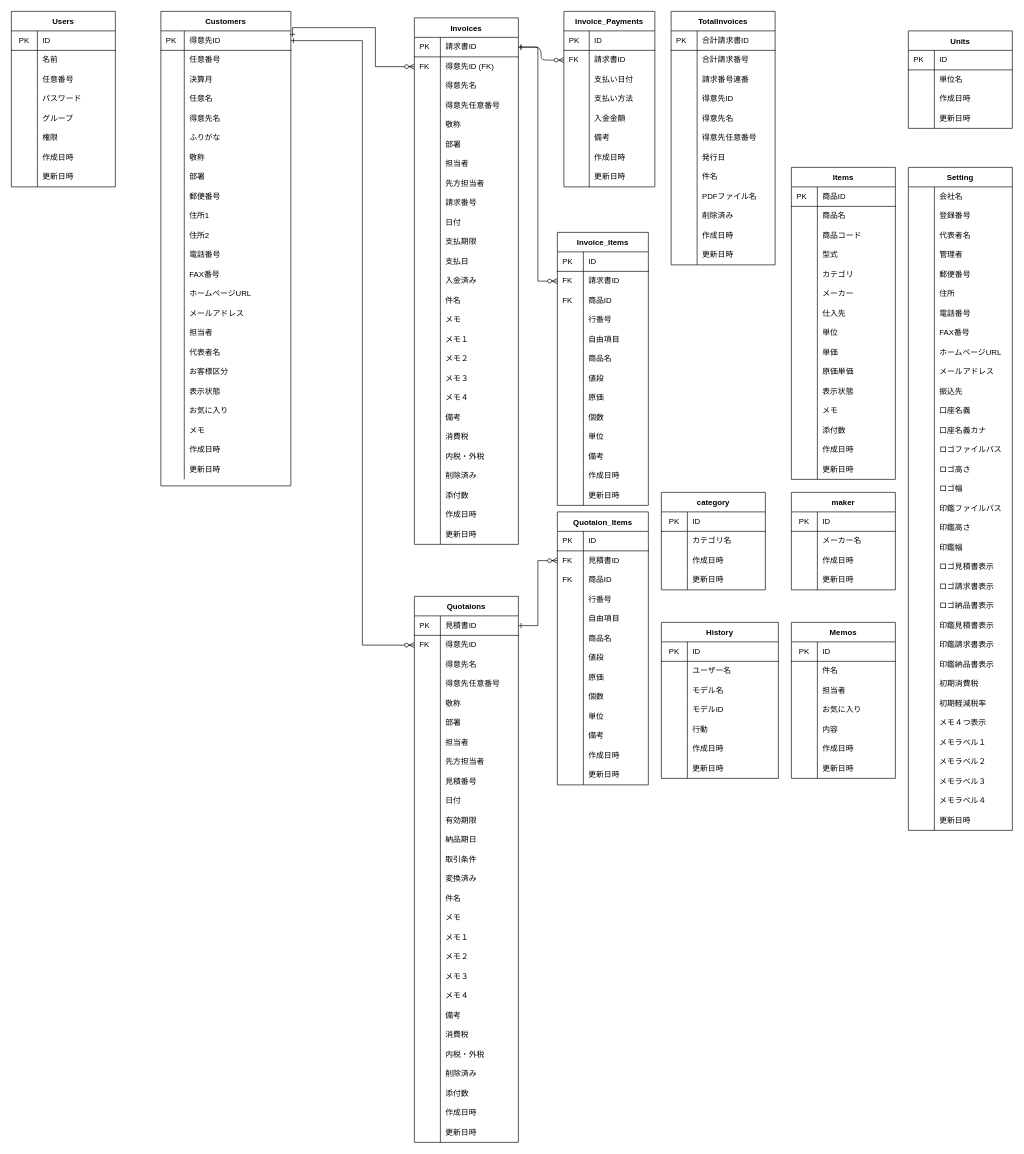
The draw.io diagram soho_er.dio in gamasenninn/caddie-clone, before the edit. Source tidied: cells renumbered, new cells numbered last; positions are measured from the earlier drawing's top-left corner, leaving out a move shared by most shapes. Both pictures are drawn from the tidied source at 65%, with x=0, y=0 at pixel (11, 11).
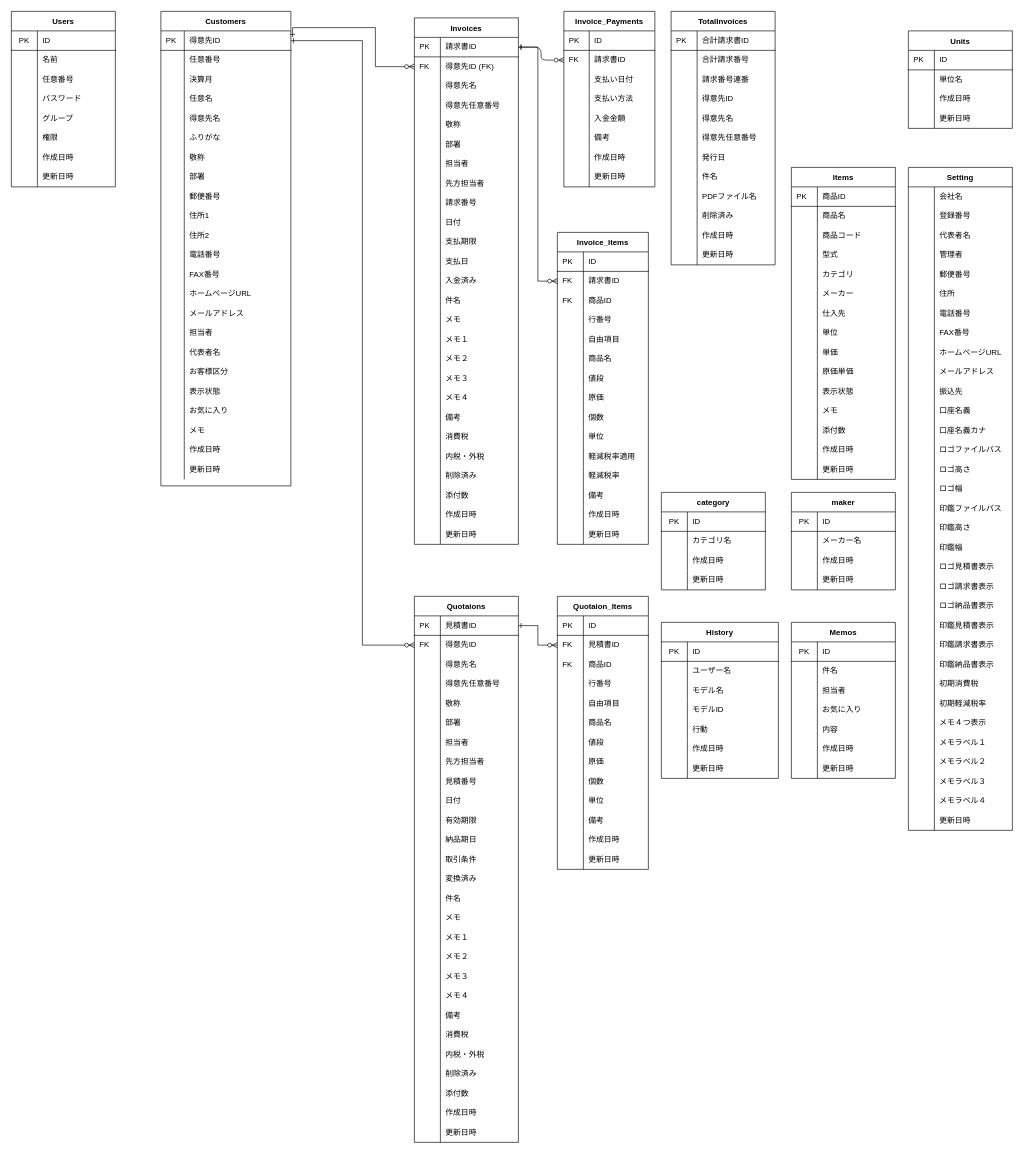
After the change.

Change to the diagram source:
```diff
@@
     <mxCell id="197" value="Invoice_Items" style="shape=table;startSize=30;childLayout=tableLayout;rowLines=0;fontStyle=1;align=center;" parent="1" vertex="1">
-      <mxGeometry x="840" y="340" width="140" height="420" as="geometry" />
+      <mxGeometry x="840" y="340" width="140" height="480" as="geometry" />
     </mxCell>
@@
+    <mxCell id="634" style="shape=partialRectangle;html=1;whiteSpace=wrap;fillColor=none;top=0;left=0;bottom=0;right=0;" parent="197" vertex="1">
+      <mxGeometry y="330" width="140" height="30" as="geometry" />
+    </mxCell>
+    <mxCell id="635" style="shape=partialRectangle;html=1;whiteSpace=wrap;fillColor=none;top=0;left=0;bottom=0;right=0;align=left;spacingLeft=6;overflow=hidden;" parent="634" vertex="1">
+      <mxGeometry width="40" height="30" as="geometry" />
+    </mxCell>
+    <mxCell id="636" value="軽減税率適用" style="shape=partialRectangle;html=1;whiteSpace=wrap;fillColor=none;top=0;left=0;bottom=0;right=0;align=left;spacingLeft=6;overflow=hidden;" parent="634" vertex="1">
+      <mxGeometry x="40" width="100" height="30" as="geometry" />
+    </mxCell>
+    <mxCell id="637" style="shape=partialRectangle;html=1;whiteSpace=wrap;fillColor=none;top=0;left=0;bottom=0;right=0;" parent="197" vertex="1">
+      <mxGeometry y="360" width="140" height="30" as="geometry" />
+    </mxCell>
+    <mxCell id="638" style="shape=partialRectangle;html=1;whiteSpace=wrap;fillColor=none;top=0;left=0;bottom=0;right=0;align=left;spacingLeft=6;overflow=hidden;" parent="637" vertex="1">
+      <mxGeometry width="40" height="30" as="geometry" />
+    </mxCell>
+    <mxCell id="639" value="軽減税率" style="shape=partialRectangle;html=1;whiteSpace=wrap;fillColor=none;top=0;left=0;bottom=0;right=0;align=left;spacingLeft=6;overflow=hidden;" parent="637" vertex="1">
+      <mxGeometry x="40" width="100" height="30" as="geometry" />
+    </mxCell>
     <mxCell id="228" style="shape=partialRectangle;html=1;whiteSpace=wrap;fillColor=none;top=0;left=0;bottom=0;right=0;" parent="197" vertex="1">
-      <mxGeometry y="330" width="140" height="30" as="geometry" />
+      <mxGeometry y="390" width="140" height="30" as="geometry" />
     </mxCell>
@@
     <mxCell id="231" style="shape=partialRectangle;html=1;whiteSpace=wrap;fillColor=none;top=0;left=0;bottom=0;right=0;" parent="197" vertex="1">
-      <mxGeometry y="360" width="140" height="30" as="geometry" />
+      <mxGeometry y="420" width="140" height="30" as="geometry" />
     </mxCell>
@@
     <mxCell id="234" style="shape=partialRectangle;html=1;whiteSpace=wrap;fillColor=none;top=0;left=0;bottom=0;right=0;" parent="197" vertex="1">
-      <mxGeometry y="390" width="140" height="30" as="geometry" />
+      <mxGeometry y="450" width="140" height="30" as="geometry" />
     </mxCell>
@@
     <mxCell id="319" value="Quotaion_Items" style="shape=table;startSize=30;childLayout=tableLayout;rowLines=0;fontStyle=1;align=center;" parent="1" vertex="1">
-      <mxGeometry x="840" y="770" width="140" height="420" as="geometry" />
+      <mxGeometry x="840" y="900" width="140" height="420" as="geometry" />
     </mxCell>
```
